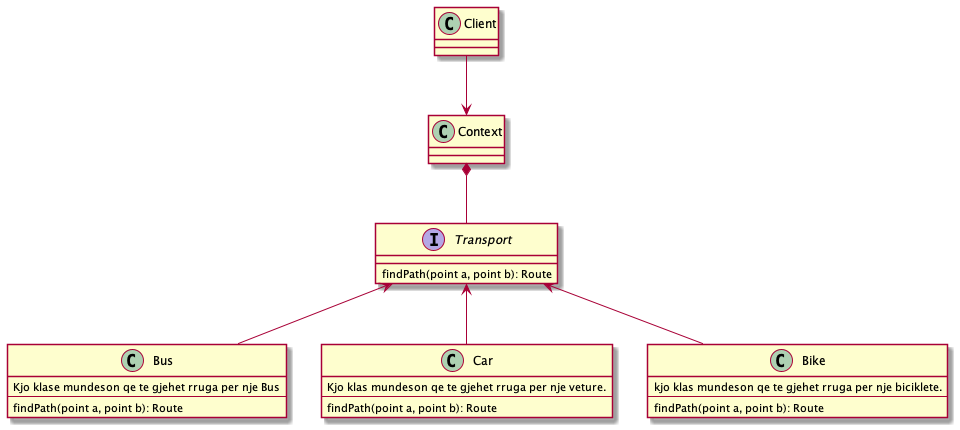
Before: assets/diagrams/transporti.png, a diagram exported from PlantUML (Programerat/programerat.github.io).
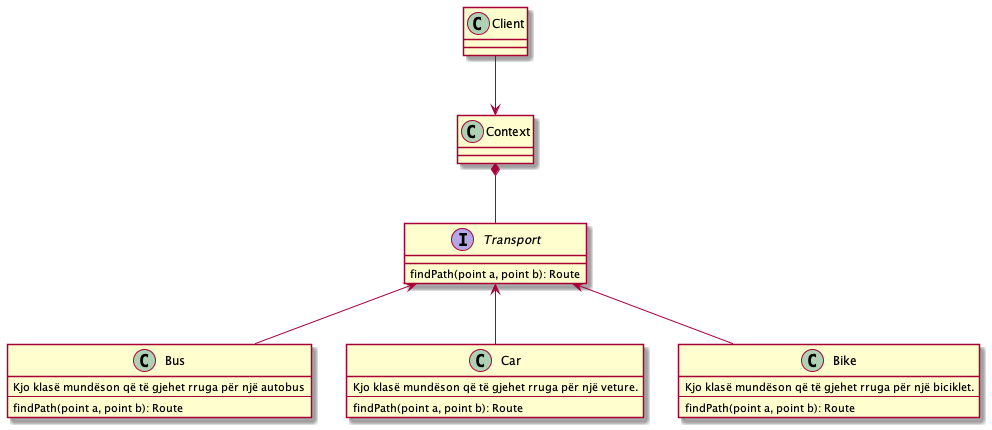
After the commit.

Diff of the diagram source:
```diff
@@ -8,18 +8,18 @@
 }
 
 class Bus {
-    Kjo klase mundeson qe te gjehet rruga per nje Bus
+    Kjo klasë mundëson që të gjehet rruga për një autobus
     ---
     findPath(point a, point b): Route
 }
 class Car {
-    Kjo klas mundeson qe te gjehet rruga per nje veture.
+    Kjo klasë mundëson që të gjehet rruga për një veture.
     ---
     findPath(point a, point b): Route
 }
 
 class Bike {
-    kjo klas mundeson qe te gjehet rruga per nje biciklete.
+    Kjo klasë mundëson që të gjehet rruga për një biciklet.
     ---
     findPath(point a, point b): Route
 }
```
